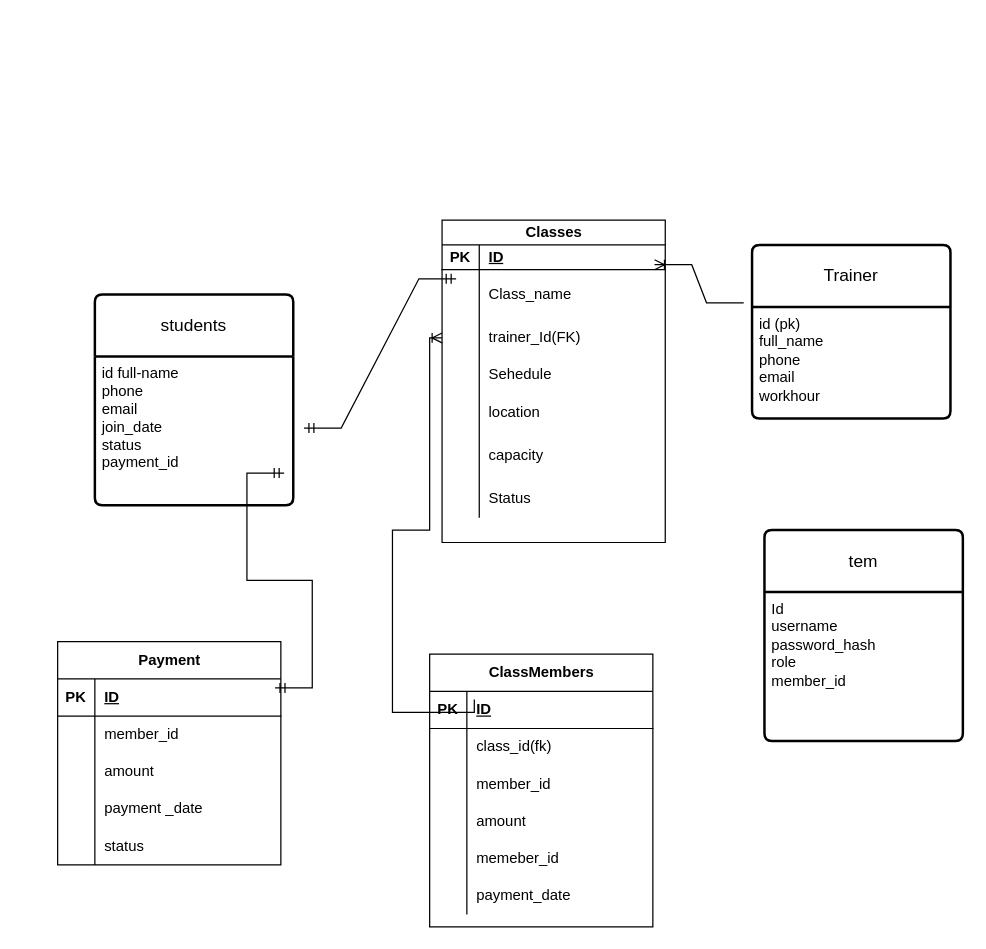
This is Untitled Diagram.drawio from Qasim603/Project-for-Sporting-clubs-, a draw.io file, before an edit. Source tidied: cells renumbered, new cells numbered last; positions are measured from the earlier drawing's top-left corner, leaving out a move shared by most shapes. Both pictures are drawn from the tidied source at 124%, with x=0, y=0 at pixel (20, -103).
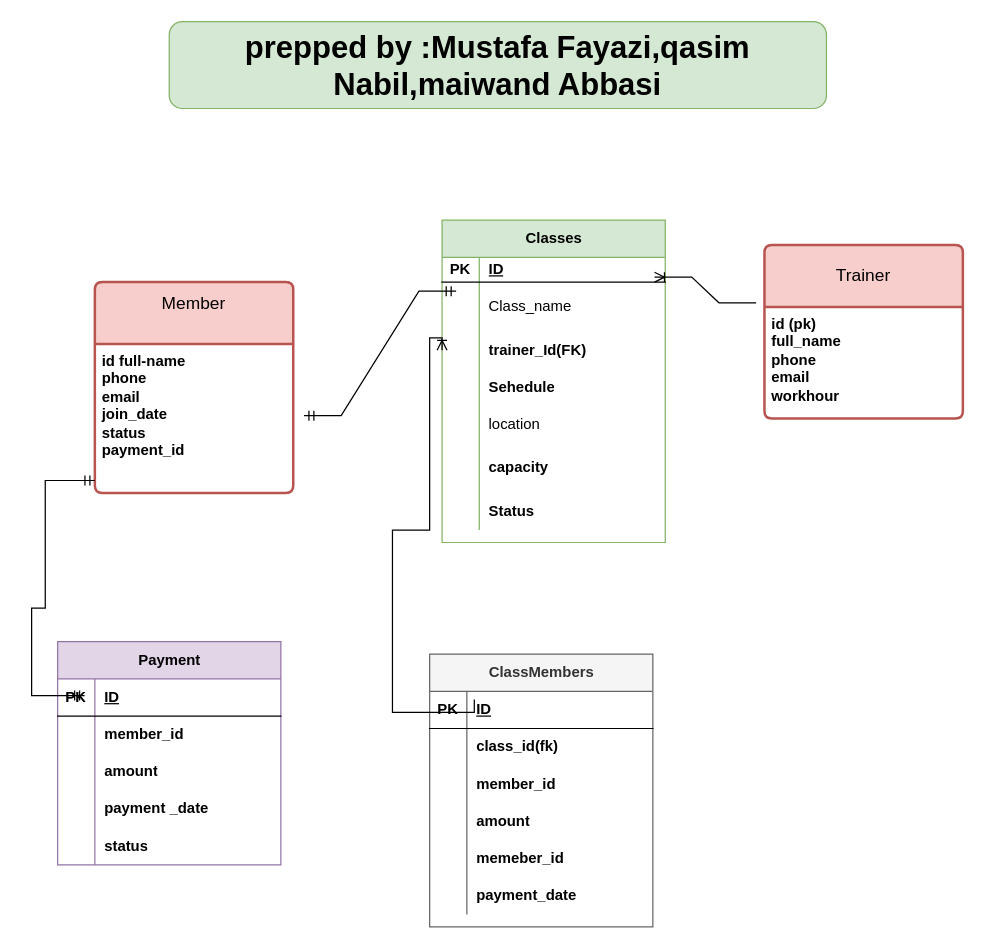
The same diagram, later.

The change refers to these unchanged cells:
```xml
<mxCell id="29" style="shape=tableRow;horizontal=0;startSize=0;swimlaneHead=0;swimlaneBody=0;fillColor=none;points=[[0,0.5],[1,0.5]];portConstraint=eastwest;top=0;left=0;right=0;bottom=1;" parent="28" vertex="1">
  <mxGeometry y="30" width="180" height="30" as="geometry" />
</mxCell>
<mxCell id="35" style="shape=tableRow;horizontal=0;startSize=0;swimlaneHead=0;swimlaneBody=0;fillColor=none;top=0;left=0;right=0;bottom=0;" parent="28" vertex="1">
  <mxGeometry y="90" width="180" height="30" as="geometry" />
</mxCell>
<mxCell id="38" style="shape=tableRow;horizontal=0;startSize=0;swimlaneHead=0;swimlaneBody=0;fillColor=none;top=0;left=0;right=0;bottom=0;" parent="28" vertex="1">
  <mxGeometry y="120" width="180" height="30" as="geometry" />
</mxCell>
<mxCell id="41" style="shape=tableRow;horizontal=0;startSize=0;swimlaneHead=0;swimlaneBody=0;fillColor=none;top=0;left=0;right=0;bottom=0;" parent="28" vertex="1">
  <mxGeometry y="150" width="180" height="30" as="geometry" />
</mxCell>
<mxCell id="47" style="shape=tableRow;horizontal=0;startSize=0;swimlaneHead=0;swimlaneBody=0;fillColor=none;points=[[0,0.5],[1,0.5]];portConstraint=eastwest;top=0;left=0;right=0;bottom=1;" parent="46" vertex="1">
  <mxGeometry y="30" width="180" height="30" as="geometry" />
</mxCell>
<mxCell id="50" style="shape=tableRow;horizontal=0;startSize=0;swimlaneHead=0;swimlaneBody=0;fillColor=none;top=0;left=0;right=0;bottom=0;" parent="46" vertex="1">
  <mxGeometry y="60" width="180" height="30" as="geometry" />
</mxCell>
<mxCell id="53" style="shape=tableRow;horizontal=0;startSize=0;swimlaneHead=0;swimlaneBody=0;fillColor=none;top=0;left=0;right=0;bottom=0;" parent="46" vertex="1">
  <mxGeometry y="90" width="180" height="30" as="geometry" />
</mxCell>
<mxCell id="56" style="shape=tableRow;horizontal=0;startSize=0;swimlaneHead=0;swimlaneBody=0;fillColor=none;top=0;left=0;right=0;bottom=0;" parent="46" vertex="1">
  <mxGeometry y="120" width="180" height="30" as="geometry" />
</mxCell>
<mxCell id="59" style="shape=tableRow;horizontal=0;startSize=0;swimlaneHead=0;swimlaneBody=0;fillColor=none;top=0;left=0;right=0;bottom=0;" parent="46" vertex="1">
  <mxGeometry y="150" width="180" height="30" as="geometry" />
</mxCell>
<mxCell id="62" style="shape=tableRow;horizontal=0;startSize=0;swimlaneHead=0;swimlaneBody=0;fillColor=none;top=0;left=0;right=0;bottom=0;" parent="46" vertex="1">
  <mxGeometry y="180" width="180" height="30" as="geometry" />
</mxCell>
```

Diff of the diagram source:
```diff
@@
-    <mxCell id="2" value="Classes" style="shape=table;startSize=20;childLayout=tableLayout;rowLines=0;fontStyle=1;align=center;html=1;" parent="1" vertex="1">
+    <mxCell id="2" value="Classes" style="shape=table;startSize=30;childLayout=tableLayout;rowLines=0;fontStyle=1;align=center;html=1;fillColor=#d5e8d4;strokeColor=#82b366;" parent="1" vertex="1">
       <mxGeometry x="340" y="260" width="180" height="260" as="geometry" />
     </mxCell>
     <mxCell id="3" style="shape=tableRow;horizontal=0;startSize=0;swimlaneHead=0;swimlaneBody=0;fillColor=none;points=[[0,0.5],[1,0.5]];portConstraint=eastwest;top=0;left=0;right=0;bottom=1;" parent="2" vertex="1">
-      <mxGeometry y="20" width="180" height="20" as="geometry" />
+      <mxGeometry y="30" width="180" height="20" as="geometry" />
     </mxCell>
@@
     <mxCell id="6" style="shape=tableRow;horizontal=0;startSize=0;swimlaneHead=0;swimlaneBody=0;fillColor=none;points=[[0,0.5],[1,0.5]];portConstraint=eastwest;top=0;left=0;right=0;bottom=0;" parent="2" vertex="1">
-      <mxGeometry y="40" width="180" height="40" as="geometry" />
+      <mxGeometry y="50" width="180" height="40" as="geometry" />
     </mxCell>
@@
     <mxCell id="9" style="shape=tableRow;horizontal=0;startSize=0;swimlaneHead=0;swimlaneBody=0;fillColor=none;points=[[0,0.5],[1,0.5]];portConstraint=eastwest;top=0;left=0;right=0;bottom=0;" parent="2" vertex="1">
-      <mxGeometry y="80" width="180" height="30" as="geometry" />
+      <mxGeometry y="90" width="180" height="30" as="geometry" />
     </mxCell>
@@
-    <mxCell id="11" value="trainer_Id(FK)" style="shape=partialRectangle;fillColor=none;top=0;left=0;bottom=0;right=0;align=left;spacingLeft=6;overflow=hidden;whiteSpace=wrap;html=1;" parent="9" vertex="1">
+    <mxCell id="11" value="&lt;b&gt;trainer_Id(FK)&lt;/b&gt;" style="shape=partialRectangle;fillColor=none;top=0;left=0;bottom=0;right=0;align=left;spacingLeft=6;overflow=hidden;whiteSpace=wrap;html=1;" parent="9" vertex="1">
       <mxGeometry x="30" width="150" height="30" as="geometry" />
     </mxCell>
     <mxCell id="12" style="shape=tableRow;horizontal=0;startSize=0;swimlaneHead=0;swimlaneBody=0;fillColor=none;top=0;left=0;right=0;bottom=0;" parent="2" vertex="1">
-      <mxGeometry y="110" width="180" height="30" as="geometry" />
+      <mxGeometry y="120" width="180" height="30" as="geometry" />
     </mxCell>
@@
-    <mxCell id="14" value="Sehedule" style="shape=partialRectangle;fillColor=none;top=0;left=0;bottom=0;right=0;align=left;spacingLeft=6;overflow=hidden;whiteSpace=wrap;html=1;" parent="12" vertex="1">
+    <mxCell id="14" value="Sehedule" style="shape=partialRectangle;fillColor=none;top=0;left=0;bottom=0;right=0;align=left;spacingLeft=6;overflow=hidden;whiteSpace=wrap;html=1;fontStyle=1;" parent="12" vertex="1">
       <mxGeometry x="30" width="150" height="30" as="geometry" />
     </mxCell>
     <mxCell id="15" style="shape=tableRow;horizontal=0;startSize=0;swimlaneHead=0;swimlaneBody=0;fillColor=none;top=0;left=0;right=0;bottom=0;" parent="2" vertex="1">
-      <mxGeometry y="140" width="180" height="30" as="geometry" />
+      <mxGeometry y="150" width="180" height="30" as="geometry" />
     </mxCell>
@@
     <mxCell id="18" style="shape=tableRow;horizontal=0;startSize=0;swimlaneHead=0;swimlaneBody=0;fillColor=none;top=0;left=0;right=0;bottom=0;" parent="2" vertex="1">
-      <mxGeometry y="170" width="180" height="40" as="geometry" />
+      <mxGeometry y="180" width="180" height="40" as="geometry" />
     </mxCell>
@@
-    <mxCell id="20" value="capacity" style="shape=partialRectangle;fillColor=none;top=0;left=0;bottom=0;right=0;align=left;spacingLeft=6;overflow=hidden;whiteSpace=wrap;html=1;" parent="18" vertex="1">
+    <mxCell id="20" value="&lt;b&gt;capacity&lt;/b&gt;" style="shape=partialRectangle;fillColor=none;top=0;left=0;bottom=0;right=0;align=left;spacingLeft=6;overflow=hidden;whiteSpace=wrap;html=1;" parent="18" vertex="1">
       <mxGeometry x="30" width="150" height="40" as="geometry" />
     </mxCell>
     <mxCell id="21" style="shape=tableRow;horizontal=0;startSize=0;swimlaneHead=0;swimlaneBody=0;fillColor=none;top=0;left=0;right=0;bottom=0;" parent="2" vertex="1">
-      <mxGeometry y="210" width="180" height="30" as="geometry" />
+      <mxGeometry y="220" width="180" height="30" as="geometry" />
     </mxCell>
@@
-    <mxCell id="23" value="Status" style="shape=partialRectangle;fillColor=none;top=0;left=0;bottom=0;right=0;align=left;spacingLeft=6;overflow=hidden;whiteSpace=wrap;html=1;" parent="21" vertex="1">
+    <mxCell id="23" value="&lt;b&gt;Status&lt;/b&gt;" style="shape=partialRectangle;fillColor=none;top=0;left=0;bottom=0;right=0;align=left;spacingLeft=6;overflow=hidden;whiteSpace=wrap;html=1;" parent="21" vertex="1">
       <mxGeometry x="30" width="150" height="30" as="geometry" />
     </mxCell>
-    <mxCell id="24" value="students" style="swimlane;horizontal=1;startSize=50;rounded=1;fontSize=14;fontStyle=0;strokeWidth=2;shadow=0;dashed=0;align=center;arcSize=4;whiteSpace=wrap;html=1;" parent="1" vertex="1">
-      <mxGeometry x="60" y="320" width="160" height="170" as="geometry" />
+    <mxCell id="24" value="Member&lt;div&gt;&lt;br&gt;&lt;/div&gt;" style="swimlane;horizontal=1;startSize=50;rounded=1;fontSize=14;fontStyle=0;strokeWidth=2;shadow=0;dashed=0;align=center;arcSize=4;whiteSpace=wrap;html=1;fillColor=#f8cecc;strokeColor=#b85450;" parent="1" vertex="1">
+      <mxGeometry x="60" y="310" width="160" height="170" as="geometry" />
     </mxCell>
-    <mxCell id="25" value="id full-name&amp;nbsp;&lt;div&gt;phone&lt;/div&gt;&lt;div&gt;email&lt;/div&gt;&lt;div&gt;join_date&lt;/div&gt;&lt;div&gt;status&lt;/div&gt;&lt;div&gt;payment_id&lt;/div&gt;&lt;div&gt;&lt;br&gt;&lt;/div&gt;" style="align=left;strokeColor=none;fillColor=none;spacingLeft=4;spacingRight=4;fontSize=12;verticalAlign=top;html=1;whiteSpace=wrap;" parent="24" vertex="1">
+    <mxCell id="25" value="&lt;b&gt;id full-name&amp;nbsp;&lt;/b&gt;&lt;div&gt;&lt;b&gt;phone&lt;/b&gt;&lt;/div&gt;&lt;div&gt;&lt;b&gt;email&lt;/b&gt;&lt;/div&gt;&lt;div&gt;&lt;b&gt;join_date&lt;/b&gt;&lt;/div&gt;&lt;div&gt;&lt;b&gt;status&lt;/b&gt;&lt;/div&gt;&lt;div&gt;&lt;b&gt;payment_id&lt;/b&gt;&lt;/div&gt;&lt;div&gt;&lt;br&gt;&lt;/div&gt;" style="align=left;strokeColor=none;fillColor=none;spacingLeft=4;spacingRight=4;fontSize=12;verticalAlign=top;html=1;whiteSpace=wrap;" parent="24" vertex="1">
       <mxGeometry y="50" width="160" height="120" as="geometry" />
     </mxCell>
-    <mxCell id="26" value="Trainer" style="swimlane;horizontal=1;startSize=50;rounded=1;fontSize=14;fontStyle=0;strokeWidth=2;shadow=0;dashed=0;align=center;arcSize=4;whiteSpace=wrap;html=1;" parent="1" vertex="1">
-      <mxGeometry x="590" y="280" width="160" height="140" as="geometry" />
+    <mxCell id="26" value="Trainer" style="swimlane;horizontal=1;startSize=50;rounded=1;fontSize=14;fontStyle=0;strokeWidth=2;shadow=0;dashed=0;align=center;arcSize=4;whiteSpace=wrap;html=1;fillColor=#f8cecc;strokeColor=#b85450;" parent="1" vertex="1">
+      <mxGeometry x="600" y="280" width="160" height="140" as="geometry" />
     </mxCell>
-    <mxCell id="27" value="id (pk)&lt;div&gt;full_name&amp;nbsp;&lt;/div&gt;&lt;div&gt;phone&lt;/div&gt;&lt;div&gt;email&lt;/div&gt;&lt;div&gt;workhour&lt;br&gt;&lt;br&gt;&lt;/div&gt;" style="align=left;strokeColor=none;fillColor=none;spacingLeft=4;spacingRight=4;fontSize=12;verticalAlign=top;html=1;whiteSpace=wrap;" parent="26" vertex="1">
+    <mxCell id="27" value="&lt;b&gt;id (pk)&lt;/b&gt;&lt;div&gt;&lt;b&gt;full_name&amp;nbsp;&lt;/b&gt;&lt;/div&gt;&lt;div&gt;&lt;b&gt;phone&lt;/b&gt;&lt;/div&gt;&lt;div&gt;&lt;b&gt;email&lt;/b&gt;&lt;/div&gt;&lt;div&gt;&lt;b&gt;workhour&lt;br&gt;&lt;/b&gt;&lt;br&gt;&lt;/div&gt;" style="align=left;strokeColor=none;fillColor=none;spacingLeft=4;spacingRight=4;fontSize=12;verticalAlign=top;html=1;whiteSpace=wrap;" parent="26" vertex="1">
       <mxGeometry y="50" width="160" height="90" as="geometry" />
     </mxCell>
-    <mxCell id="28" value="Payment" style="shape=table;startSize=30;childLayout=tableLayout;rowLines=0;fontStyle=1;align=center;html=1;" parent="1" vertex="1">
+    <mxCell id="28" value="Payment" style="shape=table;startSize=30;childLayout=tableLayout;rowLines=0;fontStyle=1;align=center;html=1;fillColor=#e1d5e7;strokeColor=#9673a6;" parent="1" vertex="1">
       <mxGeometry x="30" y="600" width="180" height="180" as="geometry" />
     </mxCell>
@@
-    <mxCell id="32" style="shape=tableRow;horizontal=0;startSize=0;swimlaneHead=0;swimlaneBody=0;fillColor=none;top=0;left=0;right=0;bottom=0;" parent="28" vertex="1">
+    <mxCell id="32" style="shape=tableRow;horizontal=0;startSize=0;swimlaneHead=0;swimlaneBody=0;fillColor=none;top=0;left=0;right=0;bottom=0;fontStyle=1;" parent="28" vertex="1">
       <mxGeometry y="60" width="180" height="30" as="geometry" />
     </mxCell>
@@
-    <mxCell id="34" value="member_id" style="shape=partialRectangle;fillColor=none;top=0;left=0;bottom=0;right=0;align=left;spacingLeft=6;overflow=hidden;whiteSpace=wrap;html=1;" parent="32" vertex="1">
+    <mxCell id="34" value="&lt;b&gt;member_id&lt;/b&gt;" style="shape=partialRectangle;fillColor=none;top=0;left=0;bottom=0;right=0;align=left;spacingLeft=6;overflow=hidden;whiteSpace=wrap;html=1;" parent="32" vertex="1">
       <mxGeometry x="30" width="150" height="30" as="geometry" />
     </mxCell>
@@
-    <mxCell id="37" value="amount" style="shape=partialRectangle;fillColor=none;top=0;left=0;bottom=0;right=0;align=left;spacingLeft=6;overflow=hidden;whiteSpace=wrap;html=1;" parent="35" vertex="1">
+    <mxCell id="37" value="&lt;b&gt;amount&lt;/b&gt;" style="shape=partialRectangle;fillColor=none;top=0;left=0;bottom=0;right=0;align=left;spacingLeft=6;overflow=hidden;whiteSpace=wrap;html=1;" parent="35" vertex="1">
       <mxGeometry x="30" width="150" height="30" as="geometry" />
     </mxCell>
@@
-    <mxCell id="40" value="payment _date" style="shape=partialRectangle;fillColor=none;top=0;left=0;bottom=0;right=0;align=left;spacingLeft=6;overflow=hidden;whiteSpace=wrap;html=1;" parent="38" vertex="1">
+    <mxCell id="40" value="&lt;b&gt;payment _date&lt;/b&gt;" style="shape=partialRectangle;fillColor=none;top=0;left=0;bottom=0;right=0;align=left;spacingLeft=6;overflow=hidden;whiteSpace=wrap;html=1;" parent="38" vertex="1">
       <mxGeometry x="30" width="150" height="30" as="geometry" />
     </mxCell>
@@
-    <mxCell id="43" value="status" style="shape=partialRectangle;fillColor=none;top=0;left=0;bottom=0;right=0;align=left;spacingLeft=6;overflow=hidden;whiteSpace=wrap;html=1;" parent="41" vertex="1">
+    <mxCell id="43" value="&lt;b&gt;status&lt;/b&gt;" style="shape=partialRectangle;fillColor=none;top=0;left=0;bottom=0;right=0;align=left;spacingLeft=6;overflow=hidden;whiteSpace=wrap;html=1;" parent="41" vertex="1">
       <mxGeometry x="30" width="150" height="30" as="geometry" />
     </mxCell>
-    <mxCell id="44" value="tem" style="swimlane;horizontal=1;startSize=50;rounded=1;fontSize=14;fontStyle=0;strokeWidth=2;shadow=0;dashed=0;align=center;arcSize=4;whiteSpace=wrap;html=1;" parent="1" vertex="1">
-      <mxGeometry x="600" y="510" width="160" height="170" as="geometry" />
-    </mxCell>
-    <mxCell id="45" value="Id&lt;div&gt;username&lt;/div&gt;&lt;div&gt;password_hash&lt;/div&gt;&lt;div&gt;role&lt;/div&gt;&lt;div&gt;member_id&lt;/div&gt;&lt;div&gt;&lt;br&gt;&lt;/div&gt;" style="align=left;strokeColor=none;fillColor=none;spacingLeft=4;spacingRight=4;fontSize=12;verticalAlign=top;html=1;whiteSpace=wrap;" parent="44" vertex="1">
-      <mxGeometry y="50" width="160" height="120" as="geometry" />
-    </mxCell>
-    <mxCell id="46" value="ClassMembers" style="shape=table;startSize=30;childLayout=tableLayout;rowLines=0;fontStyle=1;align=center;html=1;" parent="1" vertex="1">
+    <mxCell id="46" value="ClassMembers" style="shape=table;startSize=30;childLayout=tableLayout;rowLines=0;fontStyle=1;align=center;html=1;fillColor=#f5f5f5;strokeColor=#666666;fontColor=#333333;" parent="1" vertex="1">
       <mxGeometry x="330" y="610" width="180" height="220" as="geometry" />
     </mxCell>
@@
-    <mxCell id="52" value="class_id(fk)" style="shape=partialRectangle;fillColor=none;top=0;left=0;bottom=0;right=0;align=left;spacingLeft=6;overflow=hidden;whiteSpace=wrap;html=1;" parent="50" vertex="1">
+    <mxCell id="52" value="&lt;b&gt;class_id(fk)&lt;/b&gt;" style="shape=partialRectangle;fillColor=none;top=0;left=0;bottom=0;right=0;align=left;spacingLeft=6;overflow=hidden;whiteSpace=wrap;html=1;" parent="50" vertex="1">
       <mxGeometry x="30" width="150" height="30" as="geometry" />
     </mxCell>
@@
-    <mxCell id="55" value="member_id" style="shape=partialRectangle;fillColor=none;top=0;left=0;bottom=0;right=0;align=left;spacingLeft=6;overflow=hidden;whiteSpace=wrap;html=1;" parent="53" vertex="1">
+    <mxCell id="55" value="&lt;b&gt;member_id&lt;/b&gt;" style="shape=partialRectangle;fillColor=none;top=0;left=0;bottom=0;right=0;align=left;spacingLeft=6;overflow=hidden;whiteSpace=wrap;html=1;" parent="53" vertex="1">
       <mxGeometry x="30" width="150" height="30" as="geometry" />
     </mxCell>
@@
-    <mxCell id="58" value="amount" style="shape=partialRectangle;fillColor=none;top=0;left=0;bottom=0;right=0;align=left;spacingLeft=6;overflow=hidden;whiteSpace=wrap;html=1;" parent="56" vertex="1">
+    <mxCell id="58" value="&lt;b&gt;amount&lt;/b&gt;" style="shape=partialRectangle;fillColor=none;top=0;left=0;bottom=0;right=0;align=left;spacingLeft=6;overflow=hidden;whiteSpace=wrap;html=1;" parent="56" vertex="1">
       <mxGeometry x="30" width="150" height="30" as="geometry" />
     </mxCell>
@@
-    <mxCell id="61" value="memeber_id" style="shape=partialRectangle;fillColor=none;top=0;left=0;bottom=0;right=0;align=left;spacingLeft=6;overflow=hidden;whiteSpace=wrap;html=1;" parent="59" vertex="1">
+    <mxCell id="61" value="&lt;b&gt;memeber_id&lt;/b&gt;" style="shape=partialRectangle;fillColor=none;top=0;left=0;bottom=0;right=0;align=left;spacingLeft=6;overflow=hidden;whiteSpace=wrap;html=1;" parent="59" vertex="1">
       <mxGeometry x="30" width="150" height="30" as="geometry" />
     </mxCell>
@@
-    <mxCell id="64" value="payment_date" style="shape=partialRectangle;fillColor=none;top=0;left=0;bottom=0;right=0;align=left;spacingLeft=6;overflow=hidden;whiteSpace=wrap;html=1;" parent="62" vertex="1">
+    <mxCell id="64" value="&lt;b&gt;payment_date&lt;/b&gt;" style="shape=partialRectangle;fillColor=none;top=0;left=0;bottom=0;right=0;align=left;spacingLeft=6;overflow=hidden;whiteSpace=wrap;html=1;" parent="62" vertex="1">
       <mxGeometry x="30" width="150" height="30" as="geometry" />
     </mxCell>
@@
+    <mxCell id="68" style="fontSize=12;html=1;endArrow=ERoneToMany;rounded=0;entryX=0;entryY=0.5;entryDx=0;entryDy=0;exitX=0.2;exitY=0.222;exitDx=0;exitDy=0;exitPerimeter=0;elbow=vertical;edgeStyle=orthogonalEdgeStyle;" parent="1" edge="1" source="47" target="9">
+      <mxGeometry relative="1" as="geometry">
+        <Array as="points">
+          <mxPoint x="300" y="657" />
+          <mxPoint x="300" y="510" />
+          <mxPoint x="330" y="510" />
+          <mxPoint x="330" y="355" />
+        </Array>
+      </mxGeometry>
+    </mxCell>
+    <mxCell id="69" value="&lt;font style=&quot;font-size: 25px;&quot;&gt;&lt;b&gt;prepped by :Mustafa Fayazi,qasim Nabil,maiwand Abbasi&lt;/b&gt;&lt;/font&gt;" style="rounded=1;whiteSpace=wrap;html=1;fillColor=#d5e8d4;strokeColor=#82b366;" parent="1" vertex="1">
+      <mxGeometry x="120" y="100" width="530" height="70" as="geometry" />
+    </mxCell>
-    <mxCell id="67" style="edgeStyle=entityRelationEdgeStyle;fontSize=12;html=1;endArrow=ERmandOne;startArrow=ERmandOne;rounded=0;exitX=0.974;exitY=0.244;exitDx=0;exitDy=0;exitPerimeter=0;entryX=0.954;entryY=0.783;entryDx=0;entryDy=0;entryPerimeter=0;" parent="1" edge="1" source="29" target="25">
+    <mxCell id="67" style="edgeStyle=orthogonalEdgeStyle;fontSize=12;html=1;endArrow=ERmandOne;startArrow=ERmandOne;rounded=0;exitX=0.974;exitY=0.244;exitDx=0;exitDy=0;exitPerimeter=0;" parent="1" edge="1" target="25">
       <mxGeometry relative="1" as="geometry">
+        <mxPoint x="51.7" y="643.4" as="sourcePoint" />
         <Array as="points">
-          <mxPoint y="537" />
-          <mxPoint x="200" y="590" />
-          <mxPoint x="10" y="537" />
-          <mxPoint y="540" />
+          <mxPoint x="9" y="643" />
+          <mxPoint x="9" y="573" />
+          <mxPoint x="20" y="573" />
+          <mxPoint x="20" y="470" />
         </Array>
       </mxGeometry>
     </mxCell>
-    <mxCell id="68" style="fontSize=12;html=1;endArrow=ERoneToMany;rounded=0;entryX=0;entryY=0.5;entryDx=0;entryDy=0;exitX=0.2;exitY=0.222;exitDx=0;exitDy=0;exitPerimeter=0;elbow=vertical;edgeStyle=orthogonalEdgeStyle;" parent="1" edge="1" source="47" target="9">
-      <mxGeometry relative="1" as="geometry">
-        <Array as="points">
-          <mxPoint x="300" y="657" />
-          <mxPoint x="300" y="510" />
-          <mxPoint x="330" y="510" />
-          <mxPoint x="330" y="355" />
-        </Array>
-      </mxGeometry>
-    </mxCell>
```
